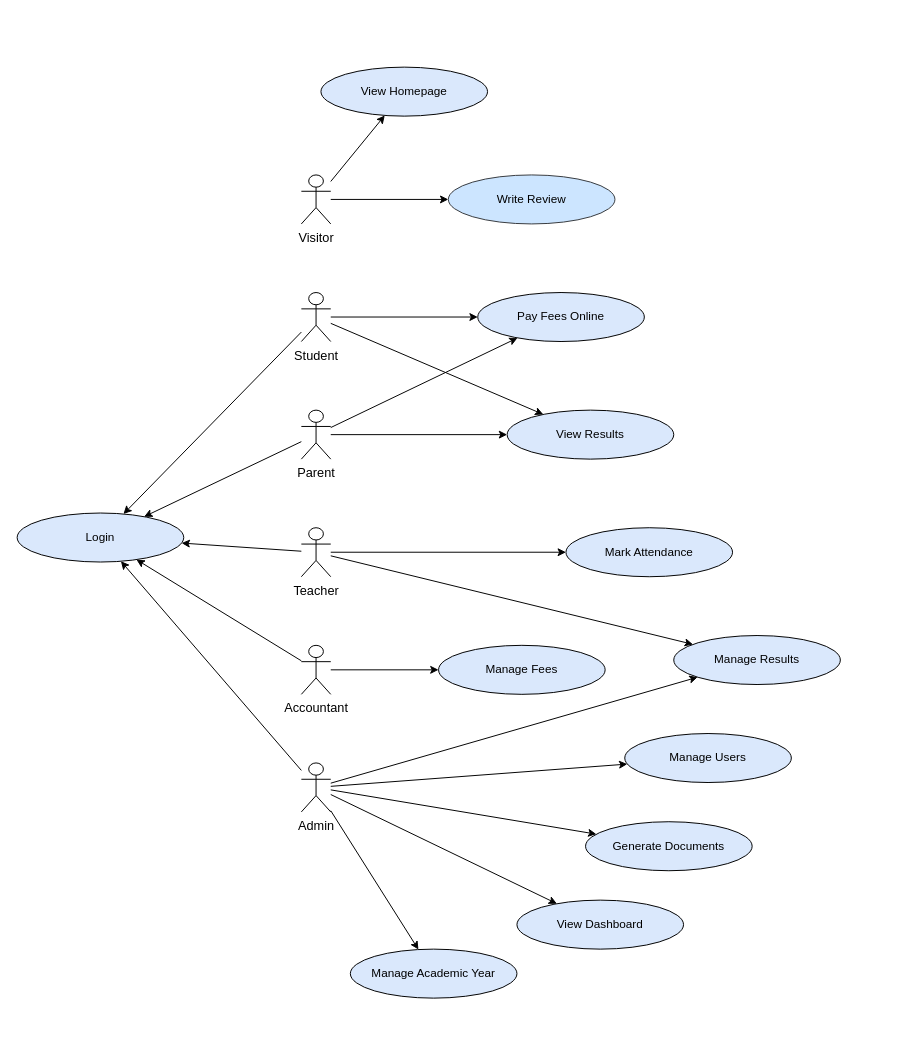
Before: design/use-case-diagram.drawio in blissed-out/cse_220_week_8, a draw.io diagram. Source tidied: cells renumbered, new cells numbered last; positions are measured from the earlier drawing's top-left corner, leaving out a move shared by most shapes. Both pictures are drawn from the tidied source at 98%, with x=0, y=0 at pixel (17, 67).
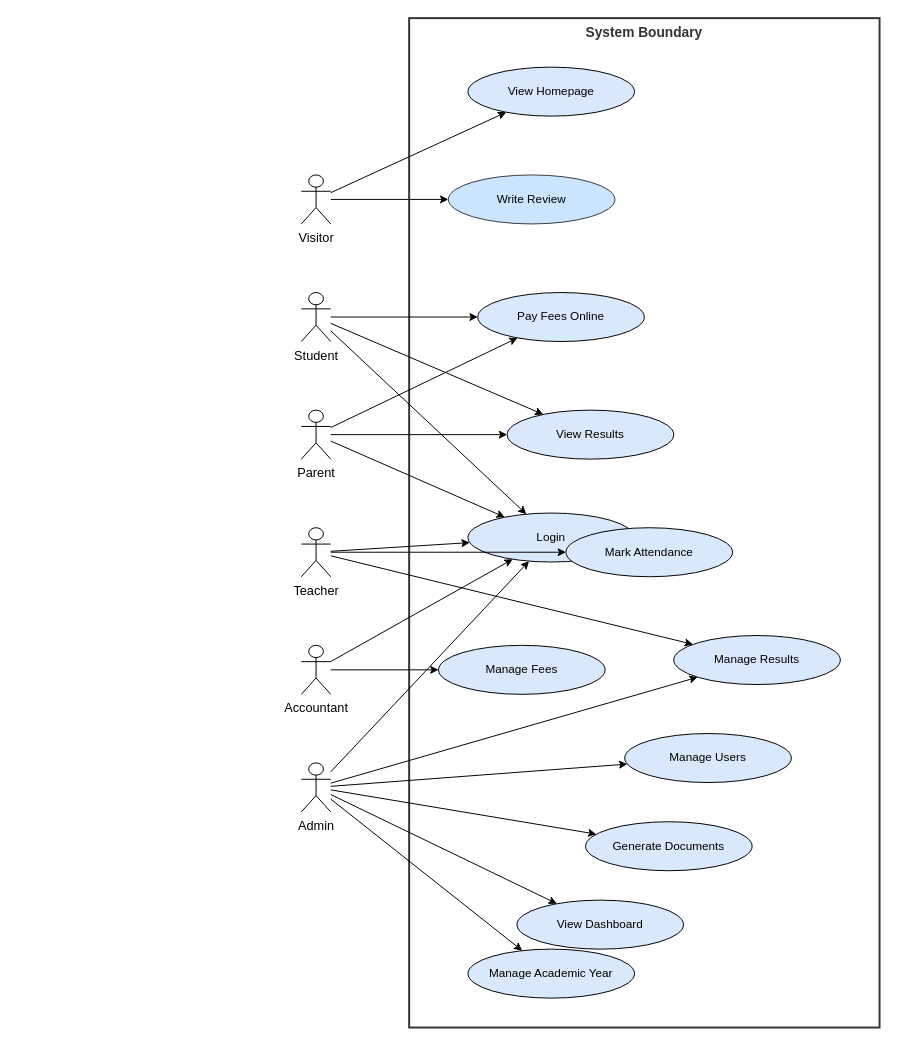
The same page after the edit.

Commit message (it also covers changes not shown here):
add: system boundary in use case diagram

Change to the diagram source:
```diff
@@
+    <mxCell id="39" value="System Boundary" style="rounded=0;whiteSpace=wrap;html=1;fillColor=none;strokeColor=#333333;strokeWidth=2;verticalAlign=top;align=center;fontStyle=1;fontSize=14;fontColor=#333333;" parent="1" vertex="1">
+      <mxGeometry x="400" y="-50" width="480" height="1030" as="geometry" />
+    </mxCell>
@@
     <mxCell id="8" value="View Homepage" style="ellipse;shape=ellipse;html=1;fillColor=#DAE8FC;strokeColor=default;fontSize=12;whiteSpace=wrap;rounded=0;curved=0;shadow=0;" parent="1" vertex="1">
-      <mxGeometry x="310" width="170" height="50" as="geometry" />
+      <mxGeometry x="460" width="170" height="50" as="geometry" />
     </mxCell>
@@
     <mxCell id="10" value="Login" style="ellipse;shape=ellipse;html=1;fillColor=#DAE8FC;strokeColor=default;fontSize=12;whiteSpace=wrap;rounded=0;curved=0;shadow=0;" parent="1" vertex="1">
-      <mxGeometry y="455" width="170" height="50" as="geometry" />
+      <mxGeometry x="460" y="455" width="170" height="50" as="geometry" />
     </mxCell>
@@
     <mxCell id="18" value="Manage Academic Year" style="ellipse;shape=ellipse;html=1;fillColor=#DAE8FC;strokeColor=default;fontSize=12;whiteSpace=wrap;rounded=0;curved=0;shadow=0;" parent="1" vertex="1">
-      <mxGeometry x="340" y="900" width="170" height="50" as="geometry" />
+      <mxGeometry x="460" y="900" width="170" height="50" as="geometry" />
     </mxCell>
```
